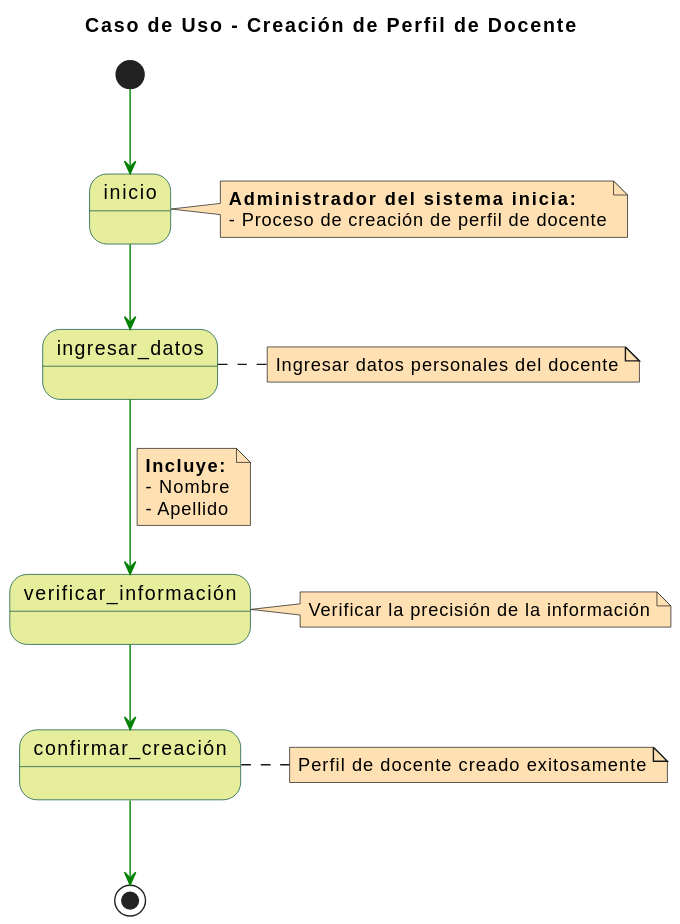
Earlier version of the PlantUML export imagenes/Casos de Uso/Detalle de DocenteCreado.svg (mmasias/23-24-IdSw1-SDR).
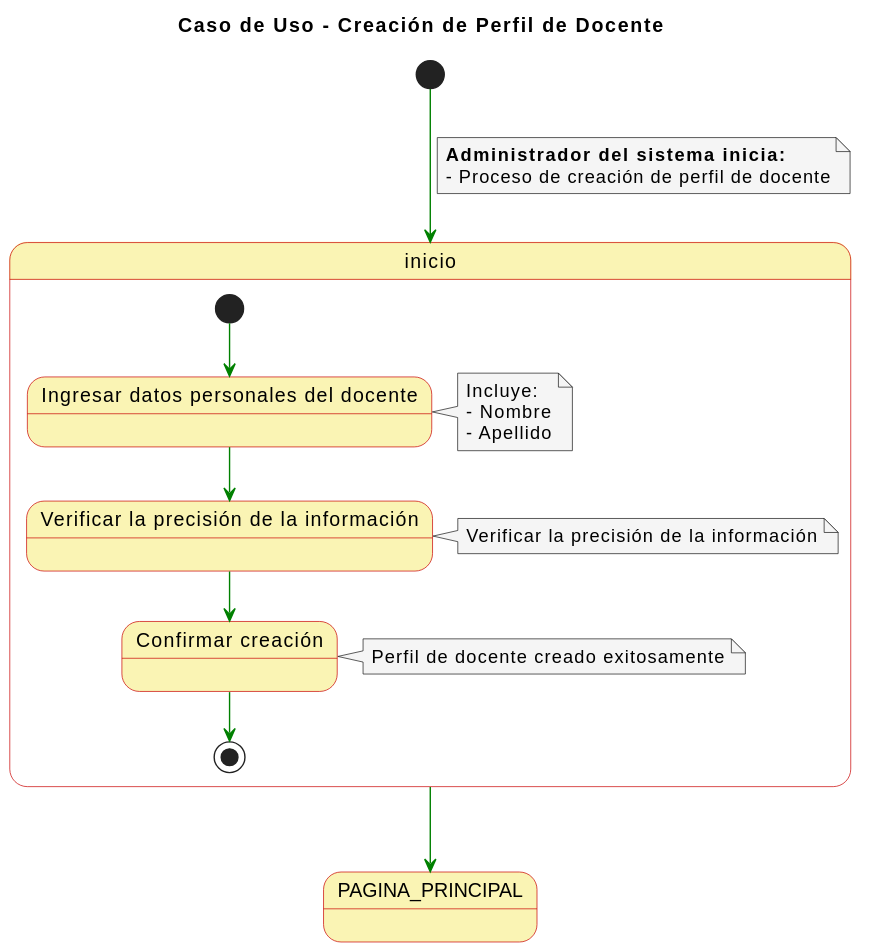
After the commit.

What changed in the source:
```diff
@@ -1,11 +1,11 @@
 @startuml
 skinparam state {
-  BackgroundColor #e6ee9c
-  BorderColor #004d40
+  BackgroundColor #faf4b4
+  BorderColor #c90000
 }
 
 skinparam note {
-  BackgroundColor #ffe0b2
+  BackgroundColor #f5f5f5
 }
 
 skinparam linetype polyline
@@ -13,30 +13,32 @@
 title Caso de Uso - Creación de Perfil de Docente
 
 [*] -[#green]-> inicio
-note right of inicio
+note on link
   **Administrador del sistema inicia:**
   - Proceso de creación de perfil de docente
 end note
 
-inicio -[#green]-> ingresar_datos
-note right of ingresar_datos
-  Ingresar datos personales del docente
-end note
+state inicio {
+  state "Ingresar datos personales del docente" as state1
+  state "Verificar la precisión de la información" as state2
+  state "Confirmar creación" as state3
 
-ingresar_datos -[#green]-> verificar_información
-note on link
-  **Incluye:**
-  - Nombre
-  - Apellido
-end note
+  [*] -[#green]-> state1
+  note right of state1
+    Incluye:
+    - Nombre
+    - Apellido
+  end note
+  state1 -[#green]-> state2
+  note right of state2
+    Verificar la precisión de la información
+  end note
+  state2 -[#green]-> state3
+  note right of state3
+    Perfil de docente creado exitosamente
+  end note
+  state3 -[#green]-> [*]
+}
 
-verificar_información -[#green]-> confirmar_creación
-note right of verificar_información
-  Verificar la precisión de la información
-end note
-
-confirmar_creación -[#green]-> [*]
-note right of confirmar_creación
-  Perfil de docente creado exitosamente
-end note
+inicio -[#green]-> PAGINA_PRINCIPAL
 @enduml
```
